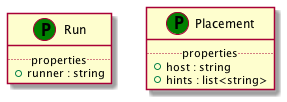
Before: examples/Khutulun/diagrams/uml2/policies-uml2-class-diagram.png, a diagram exported from PlantUML (Orange-OpenSource/Cloudnet-TOSCA-toolbox).
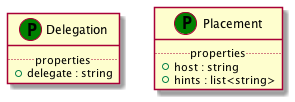
Later version of the same file.

The edit, as a diff of the source:
```diff
@@ -1,8 +1,8 @@
 @startuml
 set namespaceSeparator none
-class "Run" as Run_PT << (P,green) >> {
+class "Delegation" as Delegation_PT << (P,green) >> {
 .. properties ..
-+runner : string
++delegate : string
 }
 class "Placement" as Placement_PT << (P,green) >> {
 .. properties ..
```
